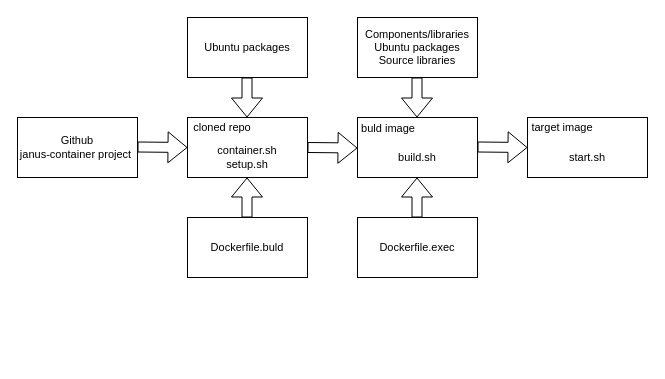
bartbalaz/janus-container keeps this draw.io diagram as doc/process.drawio. Above is the earlier version. Source tidied: cells renumbered, new cells numbered last; positions are measured from the earlier drawing's top-left corner, leaving out a move shared by most shapes. Both pictures are drawn from the tidied source at 100%, with x=0, y=0 at pixel (17, 17).
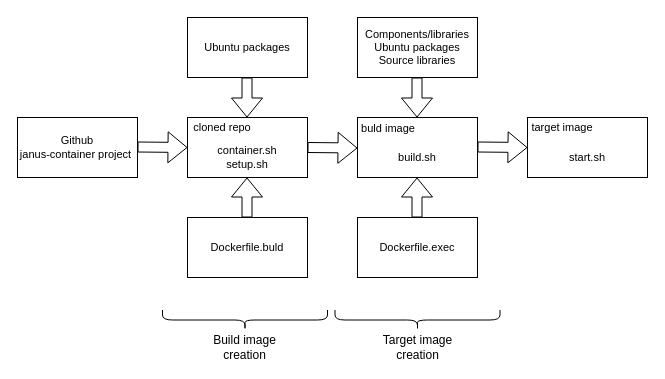
The same diagram, later.

Diff of the diagram source:
```diff
@@
+    <mxCell id="23" style="shape=curlyBracket;whiteSpace=wrap;html=1;rounded=1;rotation=-90;" parent="1" vertex="1">
+      <mxGeometry x="217.5" y="220" width="20" height="165" as="geometry" />
+    </mxCell>
+    <mxCell id="24" style="shape=curlyBracket;whiteSpace=wrap;html=1;rounded=1;rotation=-90;" parent="1" vertex="1">
+      <mxGeometry x="390" y="220" width="20" height="165" as="geometry" />
+    </mxCell>
+    <mxCell id="25" value="Build image creation" style="text;html=1;strokeColor=none;fillColor=none;align=center;verticalAlign=middle;whiteSpace=wrap;rounded=0;" parent="1" vertex="1">
+      <mxGeometry x="191.2" y="320" width="72.5" height="20" as="geometry" />
+    </mxCell>
+    <mxCell id="26" value="Target image creation" style="text;html=1;strokeColor=none;fillColor=none;align=center;verticalAlign=middle;whiteSpace=wrap;rounded=0;" parent="1" vertex="1">
+      <mxGeometry x="363.8" y="320" width="72.5" height="20" as="geometry" />
+    </mxCell>
```
